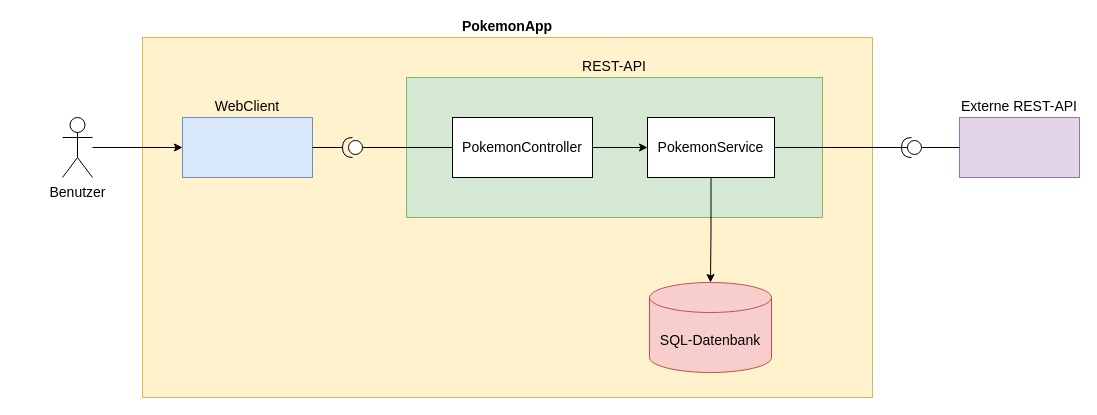
Earlier version of the draw.io diagram Grafiken/Kontextdiagramm.drawio (mr-duke/sqs). Source tidied: cells renumbered, new cells numbered last; positions are measured from the earlier drawing's top-left corner, leaving out a move shared by most shapes. Both pictures are drawn from the tidied source at 100%, with x=0, y=0 at pixel (62, 37).
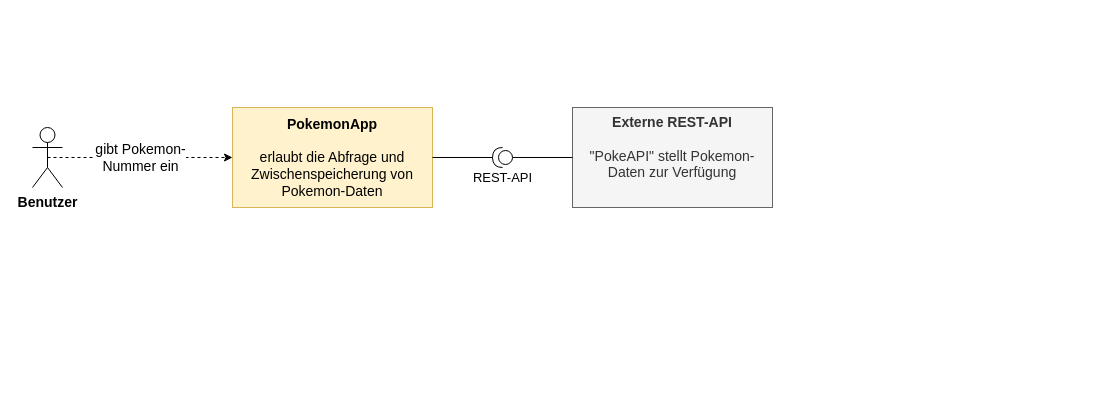
After the change.

Commit message (it also covers changes not shown here):
Update Readme with diagrams and quality requirements

Change to the diagram source:
```diff
@@
 <mxGraphModel>
   <root>
     <mxCell id="0" />
     <mxCell id="1" parent="0" />
-    <mxCell id="2" value="PokemonApp" style="rounded=0;whiteSpace=wrap;html=1;fillColor=#fff2cc;strokeColor=#d6b656;labelPosition=center;verticalLabelPosition=top;align=center;verticalAlign=bottom;fontSize=14;fontStyle=1;" parent="1" vertex="1">
-      <mxGeometry x="80" width="730" height="360" as="geometry" />
+    <mxCell id="2" value="&lt;div&gt;&lt;b&gt;&lt;br&gt;&lt;/b&gt;&lt;/div&gt;&lt;div&gt;&lt;b&gt;PokemonApp&lt;/b&gt;&lt;/div&gt;&lt;div&gt;&lt;b&gt;&lt;br&gt;&lt;/b&gt;&lt;/div&gt;&lt;div&gt;erlaubt die Abfrage und Zwischenspeicherung von Pokemon-Daten&lt;br&gt;&lt;/div&gt;&lt;div&gt;&lt;br&gt;&lt;/div&gt;" style="rounded=0;whiteSpace=wrap;html=1;fillColor=#fff2cc;strokeColor=#d6b656;labelPosition=center;verticalLabelPosition=middle;align=center;verticalAlign=middle;fontSize=14;fontStyle=0;" parent="1" vertex="1">
+      <mxGeometry x="170" y="70" width="200" height="100" as="geometry" />
     </mxCell>
-    <mxCell id="3" value="&lt;div style=&quot;font-size: 14px;&quot;&gt;WebClient&lt;/div&gt;" style="rounded=0;whiteSpace=wrap;html=1;labelPosition=center;verticalLabelPosition=top;align=center;verticalAlign=bottom;fillColor=#dae8fc;strokeColor=#6c8ebf;fontSize=14;fontStyle=0;" parent="1" vertex="1">
-      <mxGeometry x="120" y="80" width="130" height="60" as="geometry" />
-    </mxCell>
-    <mxCell id="4" style="edgeStyle=orthogonalEdgeStyle;rounded=0;jettySize=auto;html=1;entryX=0;entryY=0.5;entryDx=0;entryDy=0;fontSize=14;fontStyle=0;" parent="1" edge="1" source="5" target="3">
-      <mxGeometry relative="1" as="geometry" />
-    </mxCell>
+    <mxCell id="19" value="&lt;div style=&quot;font-size: 14px;&quot;&gt;gibt Pokemon-&lt;/div&gt;&lt;div style=&quot;font-size: 14px;&quot;&gt;Nummer ein&lt;/div&gt;" style="edgeStyle=orthogonalEdgeStyle;rounded=0;jettySize=auto;html=1;exitX=0.5;exitY=0.5;exitDx=0;exitDy=0;exitPerimeter=0;entryX=0;entryY=0.5;entryDx=0;entryDy=0;fontSize=14;dashed=1;" parent="1" edge="1" source="5" target="2">
+      <mxGeometry relative="1" as="geometry" />
+    </mxCell>
-    <mxCell id="5" value="Benutzer" style="shape=umlActor;verticalLabelPosition=bottom;verticalAlign=top;html=1;outlineConnect=0;fontSize=14;fontStyle=0;" parent="1" vertex="1">
-      <mxGeometry y="80" width="30" height="60" as="geometry" />
+    <mxCell id="5" value="Benutzer" style="shape=umlActor;verticalLabelPosition=bottom;verticalAlign=top;html=1;outlineConnect=0;fontSize=14;fontStyle=1;" parent="1" vertex="1">
+      <mxGeometry x="-30" y="90" width="30" height="60" as="geometry" />
     </mxCell>
+    <mxCell id="16" value="&lt;div&gt;&lt;b&gt;Externe REST-API&lt;/b&gt;&lt;/div&gt;&lt;div&gt;&lt;br&gt;&lt;/div&gt;&lt;div&gt;&quot;PokeAPI&quot; stellt Pokemon-Daten zur Verfügung&lt;br&gt;&lt;/div&gt;" style="rounded=0;whiteSpace=wrap;html=1;labelPosition=center;verticalLabelPosition=middle;align=center;verticalAlign=top;fillColor=#f5f5f5;strokeColor=#666666;fontSize=14;fontStyle=0;horizontal=1;fontColor=#333333;" parent="1" vertex="1">
+      <mxGeometry x="510" y="70" width="200" height="100" as="geometry" />
+    </mxCell>
+    <mxCell id="20" style="edgeStyle=orthogonalEdgeStyle;rounded=0;jettySize=auto;html=1;entryX=1;entryY=0.5;entryDx=0;entryDy=0;endArrow=none;endFill=0;" parent="1" edge="1" source="6" target="2">
+      <mxGeometry relative="1" as="geometry" />
+    </mxCell>
+    <mxCell id="21" style="edgeStyle=orthogonalEdgeStyle;rounded=0;jettySize=auto;html=1;entryX=0;entryY=0.5;entryDx=0;entryDy=0;endArrow=none;endFill=0;" parent="1" edge="1" source="6" target="16">
+      <mxGeometry relative="1" as="geometry" />
+    </mxCell>
-    <mxCell id="6" value="REST-API" style="rounded=0;whiteSpace=wrap;html=1;labelPosition=center;verticalLabelPosition=top;align=center;verticalAlign=bottom;fillColor=#d5e8d4;strokeColor=#82b366;fontSize=14;fontStyle=0;" parent="1" vertex="1">
-      <mxGeometry x="344" y="40" width="416" height="140" as="geometry" />
+    <mxCell id="6" value="REST-API" style="shape=providedRequiredInterface;html=1;verticalLabelPosition=bottom;sketch=0;direction=west;fontSize=13;" parent="1" vertex="1">
+      <mxGeometry x="430" y="110" width="20" height="20" as="geometry" />
     </mxCell>
-    <mxCell id="7" style="edgeStyle=orthogonalEdgeStyle;rounded=0;jettySize=auto;html=1;entryX=0;entryY=0.5;entryDx=0;entryDy=0;endArrow=classic;endFill=1;fontSize=14;fontStyle=0;" parent="1" edge="1" source="8" target="11">
-      <mxGeometry relative="1" as="geometry" />
-    </mxCell>
-    <mxCell id="8" value="PokemonController" style="rounded=0;whiteSpace=wrap;html=1;fontSize=14;fontStyle=0;" parent="1" vertex="1">
-      <mxGeometry x="390" y="80" width="140" height="60" as="geometry" />
-    </mxCell>
-    <mxCell id="9" style="edgeStyle=orthogonalEdgeStyle;rounded=0;jettySize=auto;html=1;fontSize=14;fontStyle=0;" parent="1" edge="1" source="11" target="15">
-      <mxGeometry relative="1" as="geometry" />
-    </mxCell>
-    <mxCell id="10" style="edgeStyle=orthogonalEdgeStyle;rounded=0;orthogonalLoop=1;jettySize=auto;html=1;entryX=1;entryY=0.5;entryDx=0;entryDy=0;entryPerimeter=0;endArrow=none;endFill=0;fontSize=14;fontStyle=0;" parent="1" edge="1">
-      <mxGeometry relative="1" as="geometry">
-        <mxPoint x="696" y="110" as="sourcePoint" />
-        <mxPoint x="853" y="110" as="targetPoint" />
-      </mxGeometry>
-    </mxCell>
-    <mxCell id="11" value="PokemonService" style="rounded=0;whiteSpace=wrap;html=1;fontSize=14;fontStyle=0;" parent="1" vertex="1">
-      <mxGeometry x="585" y="80" width="127" height="60" as="geometry" />
-    </mxCell>
-    <mxCell id="12" style="edgeStyle=orthogonalEdgeStyle;rounded=0;jettySize=auto;html=1;entryX=0;entryY=0.5;entryDx=0;entryDy=0;endArrow=none;endFill=0;fontSize=14;fontStyle=0;" parent="1" edge="1" source="14" target="8">
-      <mxGeometry relative="1" as="geometry" />
-    </mxCell>
-    <mxCell id="13" style="edgeStyle=orthogonalEdgeStyle;rounded=0;jettySize=auto;html=1;entryX=1;entryY=0.5;entryDx=0;entryDy=0;endArrow=none;endFill=0;fontSize=14;fontStyle=0;" parent="1" edge="1" source="14" target="3">
-      <mxGeometry relative="1" as="geometry" />
-    </mxCell>
-    <mxCell id="14" style="shape=providedRequiredInterface;html=1;verticalLabelPosition=bottom;sketch=0;rotation=-180;fontSize=14;fontStyle=0;" parent="1" vertex="1">
-      <mxGeometry x="280" y="100" width="20" height="20" as="geometry" />
-    </mxCell>
-    <mxCell id="15" value="SQL-Datenbank" style="shape=cylinder3;whiteSpace=wrap;html=1;boundedLbl=1;backgroundOutline=1;size=15;labelPosition=center;verticalLabelPosition=middle;align=center;verticalAlign=middle;fillColor=#f8cecc;strokeColor=#b85450;fontSize=14;fontStyle=0;" parent="1" vertex="1">
-      <mxGeometry x="587" y="245" width="122" height="90" as="geometry" />
-    </mxCell>
-    <mxCell id="16" value="Externe REST-API" style="rounded=0;whiteSpace=wrap;html=1;labelPosition=center;verticalLabelPosition=top;align=center;verticalAlign=bottom;fillColor=#e1d5e7;strokeColor=#9673a6;fontSize=14;fontStyle=0;" parent="1" vertex="1">
-      <mxGeometry x="897" y="80" width="120" height="60" as="geometry" />
-    </mxCell>
-    <mxCell id="17" value="&lt;div style=&quot;font-size: 14px;&quot;&gt;&lt;br style=&quot;font-size: 14px;&quot;&gt;&lt;/div&gt;&lt;div style=&quot;font-size: 14px;&quot;&gt;&lt;br style=&quot;font-size: 14px;&quot;&gt;&lt;/div&gt;" style="edgeStyle=orthogonalEdgeStyle;rounded=0;jettySize=auto;html=1;endArrow=none;endFill=0;fontSize=14;fontStyle=0;" parent="1" edge="1" source="18" target="16">
-      <mxGeometry relative="1" as="geometry" />
-    </mxCell>
-    <mxCell id="18" style="shape=providedRequiredInterface;html=1;verticalLabelPosition=bottom;sketch=0;rotation=-180;fontSize=14;fontStyle=0;" parent="1" vertex="1">
-      <mxGeometry x="839" y="100" width="20" height="20" as="geometry" />
-    </mxCell>
   </root>
 </mxGraphModel>
```
